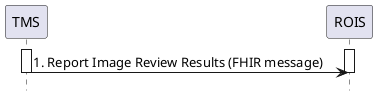
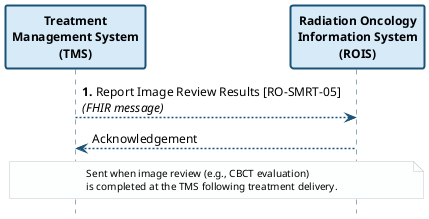
@startuml
skinparam svgDimensionStyle true
hide footbox
- participant "TMS" as TMS
- participant "ROIS" as ROIS
- activate TMS
- activate ROIS
- TMS -> ROIS : 1. Report Image Review Results (FHIR message)
- deactivate TMS
- deactivate ROIS
+ skinparam defaultFontName Arial
+ skinparam defaultFontSize 12
+ skinparam sequenceArrowThickness 1.5
+ skinparam sequenceParticipantBorderThickness 2
+ 
+ skinparam participant {
+   BackgroundColor #D6EAF8
+   BorderColor #1A5276
+   FontStyle bold
+ }
+ skinparam sequence {
+   LifeLineBorderColor #1A5276
+   LifeLineBackgroundColor #EBF5FB
+ }
+ skinparam note {
+   BackgroundColor #FDFEFE
+   BorderColor #BFC9CA
+   FontSize 10
+ }
+ 
+ participant "Treatment\nManagement System\n(TMS)" as TMS
+ participant "Radiation Oncology\nInformation System\n(ROIS)" as ROIS
+ 
+ TMS -[#1A5276]-> ROIS : **1.** Report Image Review Results [RO-SMRT-05]\n<i>(FHIR message)</i>
+ ROIS --[#1A5276]--> TMS : Acknowledgement
+ 
+ note over TMS, ROIS
+   Sent when image review (e.g., CBCT evaluation)
+   is completed at the TMS following treatment delivery.
+ end note
@enduml
